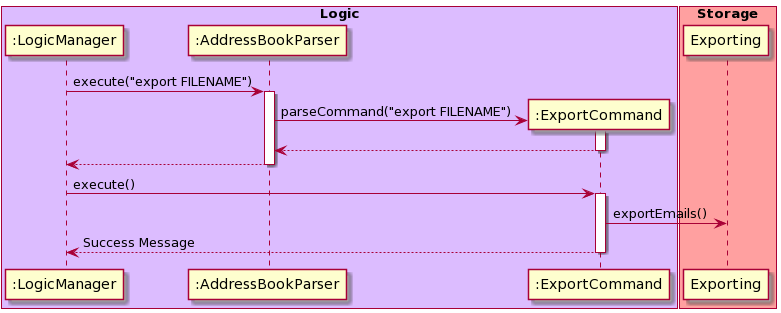
Before: docs/images/ExportSequenceDiagram.png, a diagram exported from PlantUML (wowsiddanth/tp). Source of this version:
```plantuml
@startuml
participant ":LogicManager"             as Foo
participant ":AddressBookParser"        as Foo1
participant ":ExportCommand"            as Foo2
participant "Exporting"                 as Foo3

box "Logic" #dcbcff
participant Foo
participant Foo1
participant Foo2
endbox

box "Storage" #ffa0a0
participant Foo3
endbox

Foo -> Foo1 : execute("export FILENAME")
activate Foo1
create Foo2
Foo1 -> Foo2 : parseCommand("export FILENAME")
activate Foo2
return
return

Foo -> Foo2 : execute()
activate Foo2
Foo2 -> Foo3 : exportEmails()
return Success Message
@enduml
```
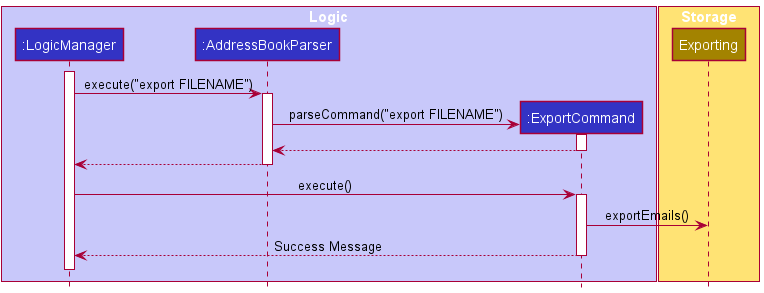
After the commit.

What changed in the source:
```diff
@@ -1,18 +1,22 @@
 @startuml
-participant ":LogicManager"             as Foo
-participant ":AddressBookParser"        as Foo1
-participant ":ExportCommand"            as Foo2
-participant "Exporting"                 as Foo3
+!include style.puml
 
-box "Logic" #dcbcff
+participant ":LogicManager"             as Foo LOGIC_COLOR
+participant ":AddressBookParser"        as Foo1 LOGIC_COLOR
+participant ":ExportCommand"            as Foo2 LOGIC_COLOR
+participant "Exporting"                 as Foo3 STORAGE_COLOR
+
+box "Logic" LOGIC_COLOR_T1
 participant Foo
 participant Foo1
 participant Foo2
 endbox
 
-box "Storage" #ffa0a0
+box "Storage" STORAGE_COLOR_T1
 participant Foo3
 endbox
+
+activate Foo
 
 Foo -> Foo1 : execute("export FILENAME")
 activate Foo1
@@ -26,4 +30,9 @@
 activate Foo2
 Foo2 -> Foo3 : exportEmails()
 return Success Message
+
+Foo -[hidden]-> Foo1
+
+deactivate Foo
+
 @enduml
```
